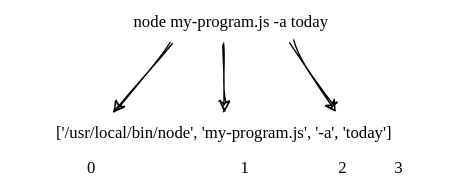
Above: systems-programming/figures/process-argv.svg in gvwilson/sdxjs (draw.io), before the change. Source tidied: cells renumbered, new cells last; positions are measured from the earlier drawing's top-left corner, leaving out a move shared by most shapes.
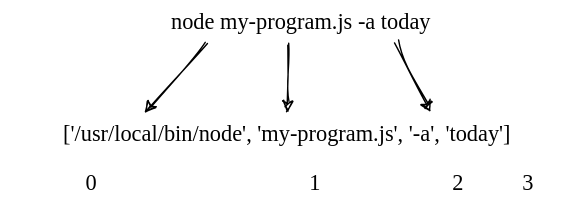
Above is the later version.

Change to the diagram source:
```diff
@@ -2,32 +2,32 @@
   <root>
     <mxCell id="0" />
     <mxCell id="1" parent="0" />
-    <mxCell id="2" value="node my-program.js -a today" style="text;html=1;strokeColor=none;fillColor=none;align=center;verticalAlign=middle;whiteSpace=wrap;rounded=0;fontFamily=Comic Sans MS;" parent="1" vertex="1">
-      <mxGeometry x="80" width="170" height="30" as="geometry" />
+    <mxCell id="2" value="node my-program.js -a today" style="text;html=1;strokeColor=none;fillColor=none;align=center;verticalAlign=middle;whiteSpace=wrap;rounded=0;fontFamily=Comic Sans MS;fontSize=16;" parent="1" vertex="1">
+      <mxGeometry x="80" width="270" height="30" as="geometry" />
     </mxCell>
-    <mxCell id="3" value="['/usr/local/bin/node', 'my-program.js', '-a', 'today']" style="text;html=1;strokeColor=none;fillColor=none;align=center;verticalAlign=middle;whiteSpace=wrap;rounded=0;fontFamily=Comic Sans MS;" parent="1" vertex="1">
-      <mxGeometry y="80" width="320" height="30" as="geometry" />
+    <mxCell id="3" value="['/usr/local/bin/node', 'my-program.js', '-a', 'today']" style="text;html=1;strokeColor=none;fillColor=none;align=center;verticalAlign=middle;whiteSpace=wrap;rounded=0;fontFamily=Comic Sans MS;fontSize=16;" parent="1" vertex="1">
+      <mxGeometry y="80" width="410" height="30" as="geometry" />
     </mxCell>
-    <mxCell id="4" style="endArrow=classic;html=1;fontFamily=Helvetica;entryX=0.25;entryY=0;entryDx=0;entryDy=0;exitX=0.25;exitY=1;exitDx=0;exitDy=0;sketch=1;" parent="1" edge="1" source="2" target="3">
+    <mxCell id="4" style="endArrow=classic;html=1;fontFamily=Helvetica;entryX=0.25;entryY=0;entryDx=0;entryDy=0;exitX=0.25;exitY=1;exitDx=0;exitDy=0;sketch=1;fontSize=16;" parent="1" edge="1" source="2" target="3">
       <mxGeometry relative="1" as="geometry" />
     </mxCell>
-    <mxCell id="5" style="endArrow=classic;html=1;fontFamily=Helvetica;entryX=0.5;entryY=0;entryDx=0;entryDy=0;exitX=0.465;exitY=1.05;exitDx=0;exitDy=0;exitPerimeter=0;sketch=1;" parent="1" edge="1" source="2" target="3">
+    <mxCell id="5" style="endArrow=classic;html=1;fontFamily=Helvetica;entryX=0.5;entryY=0;entryDx=0;entryDy=0;exitX=0.465;exitY=1.05;exitDx=0;exitDy=0;exitPerimeter=0;sketch=1;fontSize=16;" parent="1" edge="1" source="2" target="3">
       <mxGeometry relative="1" as="geometry" />
     </mxCell>
-    <mxCell id="6" style="endArrow=classic;html=1;fontFamily=Helvetica;entryX=0.75;entryY=0;entryDx=0;entryDy=0;exitX=0.75;exitY=1;exitDx=0;exitDy=0;sketch=1;" parent="1" edge="1" source="2" target="3">
+    <mxCell id="6" style="endArrow=classic;html=1;fontFamily=Helvetica;entryX=0.75;entryY=0;entryDx=0;entryDy=0;exitX=0.75;exitY=1;exitDx=0;exitDy=0;sketch=1;fontSize=16;" parent="1" edge="1" source="2" target="3">
       <mxGeometry relative="1" as="geometry" />
     </mxCell>
-    <mxCell id="7" value="&lt;font face=&quot;Comic Sans MS&quot;&gt;0&lt;/font&gt;" style="text;html=1;strokeColor=none;fillColor=none;align=center;verticalAlign=middle;whiteSpace=wrap;rounded=0;" parent="1" vertex="1">
-      <mxGeometry x="50" y="110" width="30" height="20" as="geometry" />
+    <mxCell id="7" value="&lt;font face=&quot;Comic Sans MS&quot; style=&quot;font-size: 16px;&quot;&gt;0&lt;/font&gt;" style="text;html=1;strokeColor=none;fillColor=none;align=center;verticalAlign=middle;whiteSpace=wrap;rounded=0;fontSize=16;" parent="1" vertex="1">
+      <mxGeometry x="50" y="120" width="30" height="20" as="geometry" />
     </mxCell>
-    <mxCell id="8" value="&lt;font face=&quot;Comic Sans MS&quot;&gt;1&lt;/font&gt;" style="text;html=1;strokeColor=none;fillColor=none;align=center;verticalAlign=middle;whiteSpace=wrap;rounded=0;" parent="1" vertex="1">
-      <mxGeometry x="160" y="110" width="30" height="20" as="geometry" />
+    <mxCell id="8" value="&lt;font face=&quot;Comic Sans MS&quot; style=&quot;font-size: 16px;&quot;&gt;1&lt;/font&gt;" style="text;html=1;strokeColor=none;fillColor=none;align=center;verticalAlign=middle;whiteSpace=wrap;rounded=0;fontSize=16;" parent="1" vertex="1">
+      <mxGeometry x="210" y="120" width="30" height="20" as="geometry" />
     </mxCell>
-    <mxCell id="9" value="&lt;font face=&quot;Comic Sans MS&quot;&gt;2&lt;/font&gt;" style="text;html=1;strokeColor=none;fillColor=none;align=center;verticalAlign=middle;whiteSpace=wrap;rounded=0;" parent="1" vertex="1">
-      <mxGeometry x="230" y="110" width="30" height="20" as="geometry" />
+    <mxCell id="9" value="&lt;font face=&quot;Comic Sans MS&quot; style=&quot;font-size: 16px;&quot;&gt;2&lt;/font&gt;" style="text;html=1;strokeColor=none;fillColor=none;align=center;verticalAlign=middle;whiteSpace=wrap;rounded=0;fontSize=16;" parent="1" vertex="1">
+      <mxGeometry x="310" y="120" width="35" height="20" as="geometry" />
     </mxCell>
-    <mxCell id="10" value="&lt;font face=&quot;Comic Sans MS&quot;&gt;3&lt;/font&gt;" style="text;html=1;strokeColor=none;fillColor=none;align=center;verticalAlign=middle;whiteSpace=wrap;rounded=0;" parent="1" vertex="1">
-      <mxGeometry x="270" y="110" width="30" height="20" as="geometry" />
+    <mxCell id="10" value="&lt;font face=&quot;Comic Sans MS&quot; style=&quot;font-size: 16px;&quot;&gt;3&lt;/font&gt;" style="text;html=1;strokeColor=none;fillColor=none;align=center;verticalAlign=middle;whiteSpace=wrap;rounded=0;fontSize=16;" parent="1" vertex="1">
+      <mxGeometry x="355" y="120" width="45" height="20" as="geometry" />
     </mxCell>
   </root>
 </mxGraphModel>
```
